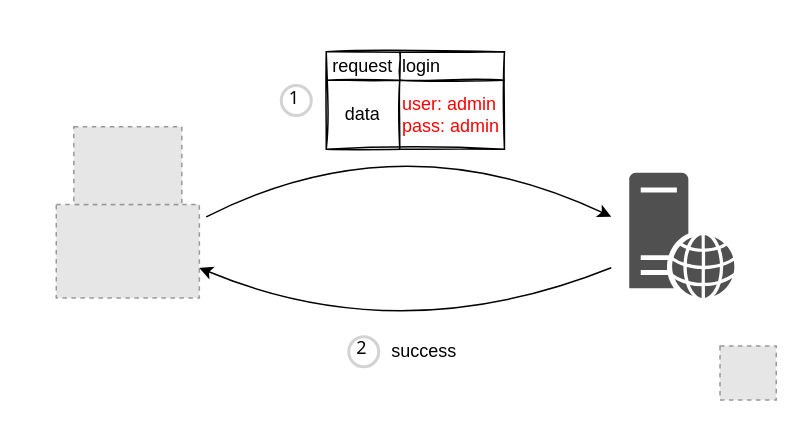
Before: content/default-credential.drawio in qeeqbox/default-credential, a draw.io diagram. Source tidied: cells renumbered, new cells numbered last; positions are measured from the earlier drawing's top-left corner, leaving out a move shared by most shapes. Both pictures are drawn from the tidied source at 150%, with x=0, y=0 at pixel (26, 24). Pictures stored in the file or linked from it are replaced by grey dashed boxes.
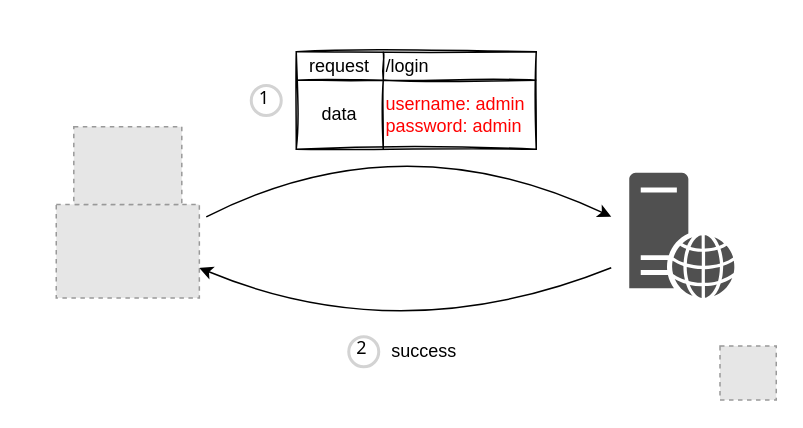
The same page after the edit.

Diff of the diagram source:
```diff
@@
     <mxCell id="10" value="1" style="ellipse;whiteSpace=wrap;html=1;strokeWidth=2;fontFamily=Tahoma;spacingBottom=4;spacingRight=2;strokeColor=#d3d3d3;" parent="1" vertex="1">
-      <mxGeometry x="170" y="40.5" width="20" height="20" as="geometry" />
+      <mxGeometry x="150" y="40.5" width="20" height="20" as="geometry" />
     </mxCell>
@@
     <mxCell id="13" style="shape=table;html=1;whiteSpace=wrap;startSize=0;childLayout=tableLayout;align=left;rounded=0;shadow=0;sketch=1;arcSize=0;" parent="1" vertex="1">
-      <mxGeometry x="200" y="18" width="118.8" height="65" as="geometry" />
+      <mxGeometry x="180" y="18" width="160" height="65" as="geometry" />
     </mxCell>
     <mxCell id="14" style="shape=tableRow;horizontal=0;startSize=0;swimlaneHead=0;swimlaneBody=0;top=0;left=0;bottom=0;right=0;fillColor=none;" parent="13" vertex="1">
-      <mxGeometry width="118.8" height="19" as="geometry" />
+      <mxGeometry width="160" height="19" as="geometry" />
     </mxCell>
     <mxCell id="15" value="request" style="shape=partialRectangle;html=1;whiteSpace=wrap;fillColor=none;top=0;left=0;bottom=0;right=0;overflow=hidden;" parent="14" vertex="1">
-      <mxGeometry width="49" height="19" as="geometry" />
+      <mxGeometry width="58" height="19" as="geometry" />
     </mxCell>
-    <mxCell id="16" value="&lt;span style=&quot;text-align: center&quot;&gt;login&lt;/span&gt;" style="shape=partialRectangle;html=1;whiteSpace=wrap;fillColor=none;top=0;left=0;bottom=0;right=0;overflow=hidden;align=left;" parent="14" vertex="1">
-      <mxGeometry x="49" width="70" height="19" as="geometry" />
+    <mxCell id="16" value="&lt;span style=&quot;text-align: center&quot;&gt;/login&lt;/span&gt;" style="shape=partialRectangle;html=1;whiteSpace=wrap;fillColor=none;top=0;left=0;bottom=0;right=0;overflow=hidden;align=left;" parent="14" vertex="1">
+      <mxGeometry x="58" width="102" height="19" as="geometry" />
     </mxCell>
     <mxCell id="17" style="shape=tableRow;horizontal=0;startSize=0;swimlaneHead=0;swimlaneBody=0;top=0;left=0;bottom=0;right=0;fillColor=none;" parent="13" vertex="1">
-      <mxGeometry y="19" width="118.8" height="46" as="geometry" />
+      <mxGeometry y="19" width="160" height="46" as="geometry" />
     </mxCell>
     <mxCell id="18" value="data" style="shape=partialRectangle;html=1;whiteSpace=wrap;fillColor=none;top=0;left=0;bottom=0;right=0;overflow=hidden;" parent="17" vertex="1">
-      <mxGeometry width="49" height="46" as="geometry" />
+      <mxGeometry width="58" height="46" as="geometry" />
     </mxCell>
-    <mxCell id="19" value="&lt;font color=&quot;#ff0000&quot;&gt;&lt;span&gt;user: admin&lt;/span&gt;&lt;br&gt;&lt;span&gt;pass: admin&lt;/span&gt;&lt;/font&gt;" style="shape=partialRectangle;html=1;whiteSpace=wrap;fillColor=none;top=0;left=0;bottom=0;right=0;overflow=hidden;align=left;" parent="17" vertex="1">
-      <mxGeometry x="49" width="70" height="46" as="geometry" />
+    <mxCell id="19" value="&lt;font color=&quot;#ff0000&quot;&gt;&lt;span&gt;username: admin&lt;/span&gt;&lt;br&gt;&lt;span&gt;password&lt;/span&gt;&lt;/font&gt;&lt;span style=&quot;color: rgb(255, 0, 0); background-color: transparent;&quot;&gt;: admin&lt;/span&gt;" style="shape=partialRectangle;html=1;whiteSpace=wrap;fillColor=none;top=0;left=0;bottom=0;right=0;overflow=hidden;align=left;" parent="17" vertex="1">
+      <mxGeometry x="58" width="102" height="46" as="geometry" />
     </mxCell>
```
